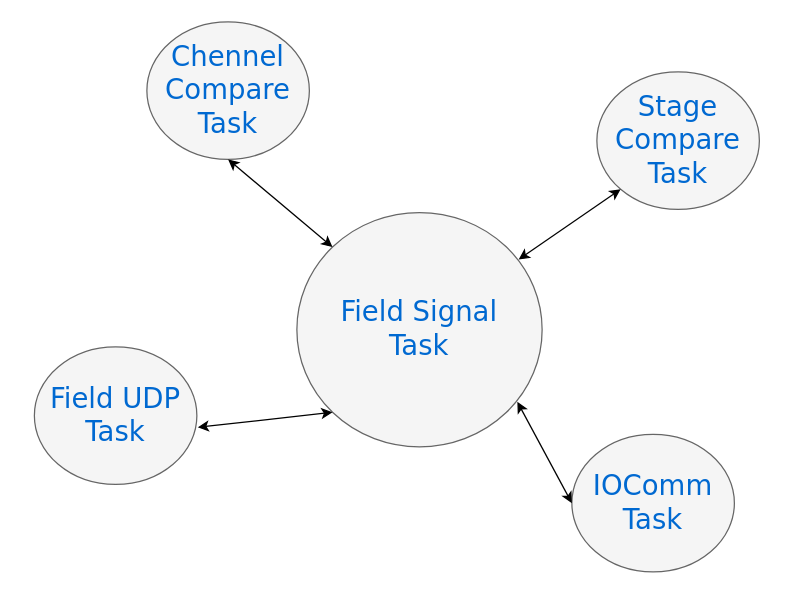
Above: EABS/Document_Pack/EABS_context_diagram.drawio in chillin2/MyDraw.io (draw.io), before the change. Source tidied: cells renumbered, new cells numbered last; positions are measured from the earlier drawing's top-left corner, leaving out a move shared by most shapes. Both pictures are drawn from the tidied source at 125%, with x=0, y=0 at pixel (34, 21).
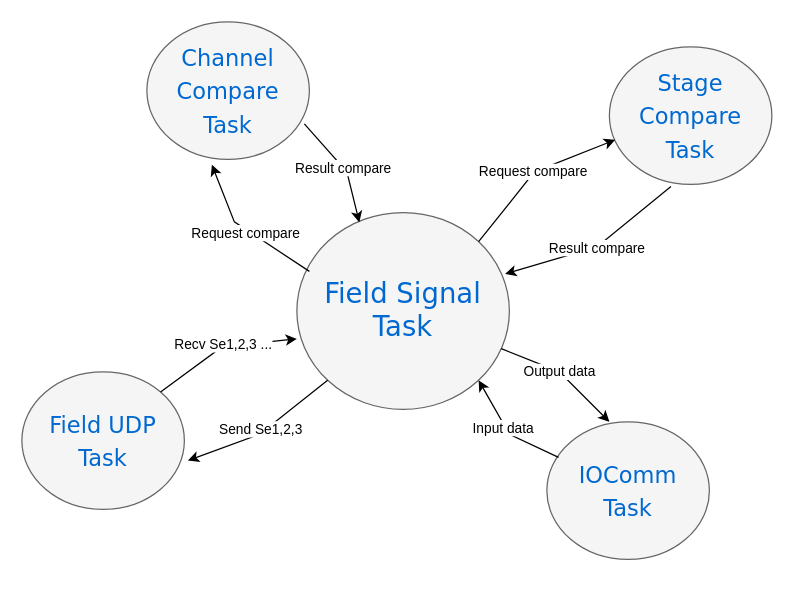
The same diagram, later.

Change to the diagram source:
```diff
@@
     <mxCell id="2" value="Field Signal&lt;br&gt;Task" style="ellipse;whiteSpace=wrap;html=1;rounded=0;shadow=0;dashed=0;comic=0;fontFamily=Verdana;fontSize=22;fontColor=#0069D1;fillColor=#f5f5f5;strokeColor=#666666;" parent="1" vertex="1">
-      <mxGeometry x="210" y="152.5" width="196.2" height="187.5" as="geometry" />
+      <mxGeometry x="210" y="152.5" width="170" height="157.5" as="geometry" />
     </mxCell>
-    <mxCell id="3" value="Chennel Compare &lt;br&gt;Task" style="ellipse;whiteSpace=wrap;html=1;rounded=0;shadow=0;dashed=0;comic=0;fontFamily=Verdana;fontSize=22;fontColor=#0069D1;fillColor=#f5f5f5;strokeColor=#666666;" parent="1" vertex="1">
+    <mxCell id="3" value="&lt;font style=&quot;font-size: 18px;&quot;&gt;Channel Compare &lt;br&gt;Task&lt;/font&gt;" style="ellipse;whiteSpace=wrap;html=1;rounded=0;shadow=0;dashed=0;comic=0;fontFamily=Verdana;fontSize=22;fontColor=#0069D1;fillColor=#f5f5f5;strokeColor=#666666;" parent="1" vertex="1">
       <mxGeometry x="90" width="130" height="110" as="geometry" />
     </mxCell>
-    <mxCell id="4" value="Stage Compare &lt;br&gt;Task" style="ellipse;whiteSpace=wrap;html=1;rounded=0;shadow=0;dashed=0;comic=0;fontFamily=Verdana;fontSize=22;fontColor=#0069D1;fillColor=#f5f5f5;strokeColor=#666666;" parent="1" vertex="1">
-      <mxGeometry x="450" y="40" width="130" height="110" as="geometry" />
+    <mxCell id="4" value="&lt;font style=&quot;font-size: 18px;&quot;&gt;Stage Compare &lt;br&gt;Task&lt;/font&gt;" style="ellipse;whiteSpace=wrap;html=1;rounded=0;shadow=0;dashed=0;comic=0;fontFamily=Verdana;fontSize=22;fontColor=#0069D1;fillColor=#f5f5f5;strokeColor=#666666;" parent="1" vertex="1">
+      <mxGeometry x="460" y="20" width="130" height="110" as="geometry" />
     </mxCell>
-    <mxCell id="5" value="IOComm&lt;br&gt;Task" style="ellipse;whiteSpace=wrap;html=1;rounded=0;shadow=0;dashed=0;comic=0;fontFamily=Verdana;fontSize=22;fontColor=#0069D1;fillColor=#f5f5f5;strokeColor=#666666;" parent="1" vertex="1">
-      <mxGeometry x="430" y="330" width="130" height="110" as="geometry" />
+    <mxCell id="5" value="&lt;font style=&quot;font-size: 18px;&quot;&gt;IOComm&lt;br&gt;Task&lt;/font&gt;" style="ellipse;whiteSpace=wrap;html=1;rounded=0;shadow=0;dashed=0;comic=0;fontFamily=Verdana;fontSize=22;fontColor=#0069D1;fillColor=#f5f5f5;strokeColor=#666666;" parent="1" vertex="1">
+      <mxGeometry x="410" y="320" width="130" height="110" as="geometry" />
     </mxCell>
+    <mxCell id="9" value="&lt;font style=&quot;font-size: 18px;&quot;&gt;Field UDP&lt;br&gt;Task&lt;/font&gt;" style="ellipse;whiteSpace=wrap;html=1;rounded=0;shadow=0;dashed=0;comic=0;fontFamily=Verdana;fontSize=22;fontColor=#0069D1;fillColor=#f5f5f5;strokeColor=#666666;" parent="1" vertex="1">
+      <mxGeometry x="-10" y="280" width="130" height="110" as="geometry" />
+    </mxCell>
+    <mxCell id="7" style="endArrow=classic;html=1;rounded=0;entryX=0.036;entryY=0.676;entryDx=0;entryDy=0;entryPerimeter=0;exitX=1;exitY=0;exitDx=0;exitDy=0;" parent="1" edge="1" source="2" target="4">
+      <mxGeometry relative="1" as="geometry">
+        <Array as="points">
+          <mxPoint x="400" y="120" />
+        </Array>
+      </mxGeometry>
+    </mxCell>
+    <mxCell id="11" value="Request compare" style="edgeLabel;html=1;align=center;verticalAlign=middle;" parent="7" vertex="1">
+      <mxGeometry y="2" relative="1" as="geometry">
+        <mxPoint y="1" as="offset" />
+      </mxGeometry>
+    </mxCell>
+    <mxCell id="12" style="endArrow=classic;html=1;rounded=0;entryX=0.98;entryY=0.312;entryDx=0;entryDy=0;entryPerimeter=0;exitX=0.379;exitY=1.015;exitDx=0;exitDy=0;exitPerimeter=0;" parent="1" edge="1" source="4" target="2">
+      <mxGeometry relative="1" as="geometry">
+        <Array as="points">
+          <mxPoint x="450" y="180" />
+        </Array>
+      </mxGeometry>
+    </mxCell>
+    <mxCell id="13" value="Result compare" style="edgeLabel;html=1;align=center;verticalAlign=middle;" parent="12" vertex="1">
+      <mxGeometry relative="1" as="geometry" />
+    </mxCell>
-    <mxCell id="6" style="endArrow=classic;startArrow=classic;html=1;rounded=0;entryX=0.5;entryY=1;entryDx=0;entryDy=0;exitX=0;exitY=0;exitDx=0;exitDy=0;" parent="1" edge="1" source="2" target="3">
-      <mxGeometry relative="1" as="geometry" />
+    <mxCell id="6" style="endArrow=classic;html=1;rounded=0;entryX=0.4;entryY=1.039;entryDx=0;entryDy=0;entryPerimeter=0;exitX=0.059;exitY=0.299;exitDx=0;exitDy=0;exitPerimeter=0;" parent="1" edge="1" source="2" target="3">
+      <mxGeometry relative="1" as="geometry">
+        <Array as="points">
+          <mxPoint x="160" y="160" />
+        </Array>
+      </mxGeometry>
     </mxCell>
-    <mxCell id="7" style="endArrow=classic;startArrow=classic;html=1;rounded=0;entryX=0;entryY=1;entryDx=0;entryDy=0;exitX=0.904;exitY=0.201;exitDx=0;exitDy=0;exitPerimeter=0;" parent="1" edge="1" source="2" target="4">
-      <mxGeometry relative="1" as="geometry" />
-    </mxCell>
+    <mxCell id="14" value="Request compare" style="edgeLabel;html=1;align=center;verticalAlign=middle;" parent="6" vertex="1">
+      <mxGeometry y="2" relative="1" as="geometry">
+        <mxPoint y="1" as="offset" />
+      </mxGeometry>
+    </mxCell>
+    <mxCell id="15" style="endArrow=classic;html=1;rounded=0;entryX=0.294;entryY=0.05;entryDx=0;entryDy=0;entryPerimeter=0;exitX=0.969;exitY=0.742;exitDx=0;exitDy=0;exitPerimeter=0;" parent="1" edge="1" source="3" target="2">
+      <mxGeometry relative="1" as="geometry">
+        <Array as="points">
+          <mxPoint x="250" y="120" />
+        </Array>
+      </mxGeometry>
+    </mxCell>
+    <mxCell id="16" value="Result compare" style="edgeLabel;html=1;align=center;verticalAlign=middle;" parent="15" vertex="1">
+      <mxGeometry relative="1" as="geometry" />
+    </mxCell>
+    <mxCell id="17" style="endArrow=classic;html=1;rounded=0;exitX=0;exitY=1;exitDx=0;exitDy=0;entryX=1.021;entryY=0.645;entryDx=0;entryDy=0;entryPerimeter=0;" parent="1" edge="1" source="2" target="9">
+      <mxGeometry relative="1" as="geometry">
+        <Array as="points">
+          <mxPoint x="180" y="330" />
+        </Array>
+      </mxGeometry>
+    </mxCell>
+    <mxCell id="18" value="Send Se1,2,3" style="edgeLabel;html=1;align=center;verticalAlign=middle;" parent="17" vertex="1">
+      <mxGeometry x="0.02" y="-3" relative="1" as="geometry" />
+    </mxCell>
+    <mxCell id="10" style="endArrow=classic;html=1;rounded=0;exitX=1;exitY=0;exitDx=0;exitDy=0;entryX=0;entryY=0.642;entryDx=0;entryDy=0;entryPerimeter=0;" parent="1" edge="1" source="9" target="2">
+      <mxGeometry relative="1" as="geometry">
+        <Array as="points">
+          <mxPoint x="150" y="260" />
+        </Array>
+      </mxGeometry>
+    </mxCell>
+    <mxCell id="19" value="Recv Se1,2,3 ..." style="edgeLabel;html=1;align=center;verticalAlign=middle;" parent="10" vertex="1">
+      <mxGeometry x="0.02" y="2" relative="1" as="geometry" />
+    </mxCell>
-    <mxCell id="8" style="endArrow=classic;startArrow=classic;html=1;rounded=0;exitX=0.899;exitY=0.808;exitDx=0;exitDy=0;exitPerimeter=0;entryX=0;entryY=0.5;entryDx=0;entryDy=0;" parent="1" edge="1" source="2" target="5">
-      <mxGeometry relative="1" as="geometry" />
+    <mxCell id="8" style="endArrow=classic;html=1;rounded=0;entryX=0.385;entryY=0;entryDx=0;entryDy=0;entryPerimeter=0;" parent="1" edge="1" source="2" target="5">
+      <mxGeometry relative="1" as="geometry">
+        <Array as="points">
+          <mxPoint x="420" y="280" />
+        </Array>
+      </mxGeometry>
     </mxCell>
-    <mxCell id="9" value="Field UDP&lt;br&gt;Task" style="ellipse;whiteSpace=wrap;html=1;rounded=0;shadow=0;dashed=0;comic=0;fontFamily=Verdana;fontSize=22;fontColor=#0069D1;fillColor=#f5f5f5;strokeColor=#666666;" parent="1" vertex="1">
-      <mxGeometry y="260" width="130" height="110" as="geometry" />
-    </mxCell>
-    <mxCell id="10" style="endArrow=classic;startArrow=classic;html=1;rounded=0;exitX=1.005;exitY=0.585;exitDx=0;exitDy=0;exitPerimeter=0;entryX=0;entryY=1;entryDx=0;entryDy=0;" parent="1" edge="1" source="9" target="2">
-      <mxGeometry relative="1" as="geometry" />
-    </mxCell>
+    <mxCell id="20" value="Output data" style="edgeLabel;html=1;align=center;verticalAlign=middle;" parent="8" vertex="1">
+      <mxGeometry x="-0.07" relative="1" as="geometry" />
+    </mxCell>
+    <mxCell id="21" style="endArrow=classic;html=1;rounded=0;exitX=0.072;exitY=0.258;exitDx=0;exitDy=0;exitPerimeter=0;entryX=1;entryY=1;entryDx=0;entryDy=0;" parent="1" edge="1" source="5" target="2">
+      <mxGeometry relative="1" as="geometry">
+        <Array as="points">
+          <mxPoint x="380" y="330" />
+        </Array>
+      </mxGeometry>
+    </mxCell>
+    <mxCell id="22" value="Input data" style="edgeLabel;html=1;align=center;verticalAlign=middle;" parent="21" vertex="1">
+      <mxGeometry x="0.1" y="2" relative="1" as="geometry" />
+    </mxCell>
```
